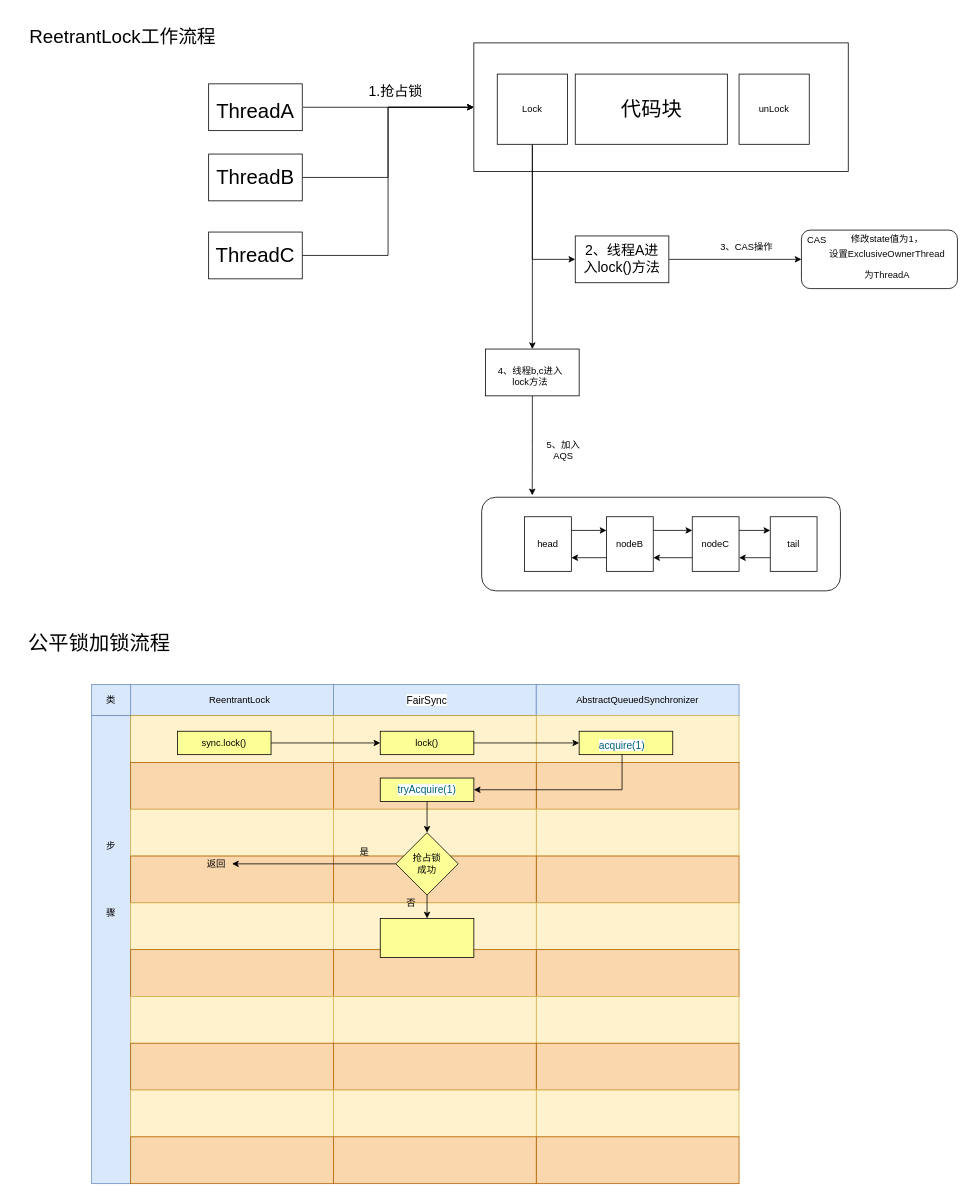
ArnoWJH/gitRepository keeps this draw.io diagram as page "ReentrantLock流程图" (1 of 2) of 未命名绘图.drawio. Above is the earlier version. Source tidied: cells renumbered, new cells numbered last; positions are measured from the earlier drawing's top-left corner, leaving out a move shared by most shapes. Both pictures are drawn from the tidied source at 78%, with x=0, y=0 at pixel (13, 13).
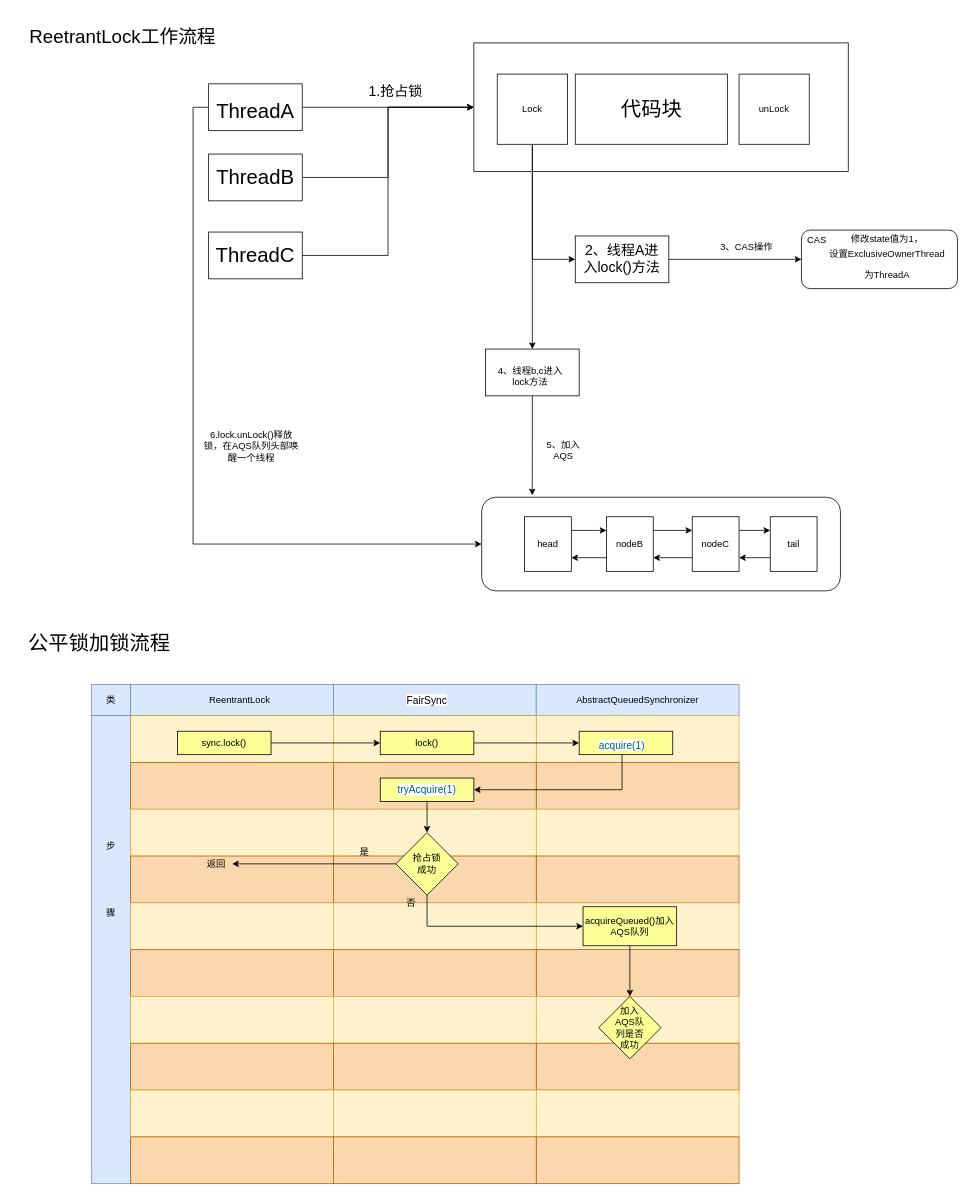
Above is the later version.

Commit message:
更新未命名绘图.drawio

Unchanged cells that the change refers to:
```xml
<mxCell id="3" style="rounded=0;whiteSpace=wrap;html=1;" parent="1" vertex="1">
  <mxGeometry x="250" y="90" width="120" height="60" as="geometry" />
</mxCell>
<mxCell id="32" style="rounded=1;whiteSpace=wrap;html=1;" parent="1" vertex="1">
  <mxGeometry x="600" y="620" width="460" height="120" as="geometry" />
</mxCell>
<mxCell id="105" style="rhombus;whiteSpace=wrap;html=1;fillColor=#FCFF96;" parent="1" vertex="1">
  <mxGeometry x="490" y="1050" width="80" height="80" as="geometry" />
</mxCell>
```

What changed in the source:
```diff
@@
+    <mxCell id="111" style="edgeStyle=orthogonalEdgeStyle;rounded=0;jettySize=auto;html=1;exitX=0;exitY=0.5;exitDx=0;exitDy=0;entryX=0;entryY=0.5;entryDx=0;entryDy=0;" parent="1" edge="1" source="3" target="32">
+      <mxGeometry relative="1" as="geometry" />
+    </mxCell>
@@
-    <mxCell id="104" style="edgeStyle=orthogonalEdgeStyle;rounded=0;jettySize=auto;html=1;exitX=0.5;exitY=1;exitDx=0;exitDy=0;entryX=0.5;entryY=0;entryDx=0;entryDy=0;" parent="1" edge="1" source="105" target="109">
+    <mxCell id="104" style="edgeStyle=orthogonalEdgeStyle;rounded=0;jettySize=auto;html=1;exitX=0.5;exitY=1;exitDx=0;exitDy=0;entryX=0;entryY=0.5;entryDx=0;entryDy=0;" parent="1" edge="1" source="105" target="109">
       <mxGeometry relative="1" as="geometry" />
     </mxCell>
@@
+    <mxCell id="112" style="edgeStyle=orthogonalEdgeStyle;rounded=0;jettySize=auto;html=1;exitX=0.5;exitY=1;exitDx=0;exitDy=0;entryX=0.5;entryY=0;entryDx=0;entryDy=0;" parent="1" edge="1" source="109" target="114">
+      <mxGeometry relative="1" as="geometry" />
+    </mxCell>
-    <mxCell id="109" style="rounded=0;whiteSpace=wrap;html=1;fillColor=#FCFF96;" parent="1" vertex="1">
-      <mxGeometry x="470" y="1160" width="120" height="50" as="geometry" />
+    <mxCell id="109" value="acquireQueued()加入AQS队列" style="rounded=0;whiteSpace=wrap;html=1;fillColor=#FCFF96;" parent="1" vertex="1">
+      <mxGeometry x="730" y="1145" width="120" height="50" as="geometry" />
     </mxCell>
@@
+    <mxCell id="113" value="6.lock.unLock()释放锁，在AQS队列头部唤醒一个线程" style="text;html=1;strokeColor=none;fillColor=none;align=center;verticalAlign=middle;whiteSpace=wrap;rounded=0;" parent="1" vertex="1">
+      <mxGeometry x="240" y="530" width="130" height="50" as="geometry" />
+    </mxCell>
+    <mxCell id="114" style="rhombus;whiteSpace=wrap;html=1;fillColor=#FCFF96;" parent="1" vertex="1">
+      <mxGeometry x="750" y="1260" width="80" height="80" as="geometry" />
+    </mxCell>
+    <mxCell id="115" value="加入AQS队列是否成功" style="text;html=1;strokeColor=none;fillColor=none;align=center;verticalAlign=middle;whiteSpace=wrap;rounded=0;" parent="1" vertex="1">
+      <mxGeometry x="770" y="1290" width="40" height="20" as="geometry" />
+    </mxCell>
```
